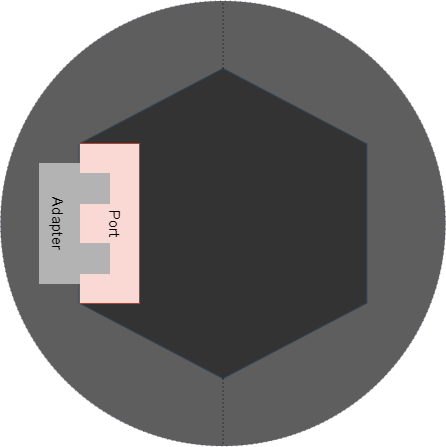
Before: pic/六边形架构.drawio.png, a diagram exported from draw.io (guxdong/imgrepo). Source tidied: cells renumbered, new cells last; positions are measured from the earlier drawing's top-left corner, leaving out a move shared by most shapes.
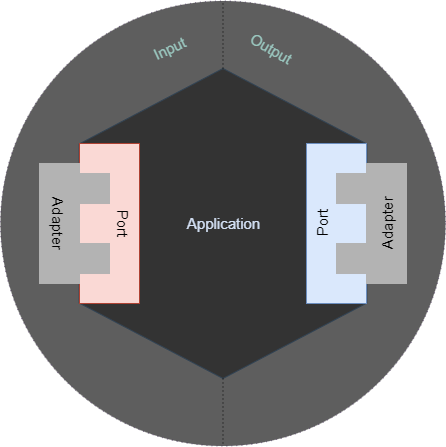
The same file after the commit.

Commit message:
更新六边形架构.drawio.png

Diff of the diagram source:
```diff
@@ -18,7 +18,7 @@
       <mxGeometry x="79" y="143" width="60" height="160" as="geometry" />
     </mxCell>
     <mxCell id="7" style="group;fillColor=none;glass=1;fontSize=15;" parent="1" vertex="1">
-      <mxGeometry x="39" y="163" width="70" height="120" as="geometry" />
+      <mxGeometry x="39" y="163" width="109" height="120" as="geometry" />
     </mxCell>
     <mxCell id="8" style="rounded=0;whiteSpace=wrap;html=1;fillColor=#B3B3B3;strokeColor=#B3B3B3;fontSize=15;" parent="7" vertex="1">
       <mxGeometry x="40" y="10" width="30" height="30" as="geometry" />
@@ -32,8 +32,41 @@
     <mxCell id="11" value="Adapter" style="text;html=1;align=center;verticalAlign=middle;strokeColor=none;fillColor=none;rotation=90;fontSize=15;" parent="7" vertex="1">
       <mxGeometry x="-21" y="45" width="80" height="30" as="geometry" />
     </mxCell>
-    <mxCell id="12" value="Port" style="text;html=1;align=center;verticalAlign=middle;strokeColor=none;fillColor=none;rotation=90;fontSize=15;" parent="1" vertex="1">
-      <mxGeometry x="90" y="208" width="50" height="30" as="geometry" />
+    <mxCell id="12" value="Port" style="text;html=1;align=center;verticalAlign=middle;strokeColor=none;fillColor=none;rotation=90;fontSize=15;" parent="7" vertex="1">
+      <mxGeometry x="59" y="45" width="50" height="30" as="geometry" />
     </mxCell>
+    <mxCell id="13" style="group;rotation=-180;" parent="1" vertex="1">
+      <mxGeometry x="306" y="143" width="100" height="160" as="geometry" />
+    </mxCell>
+    <mxCell id="14" style="rounded=0;whiteSpace=wrap;html=1;fillColor=#dae8fc;strokeColor=#6c8ebf;fontSize=15;direction=west;rotation=-180;" parent="13" vertex="1">
+      <mxGeometry width="60" height="160" as="geometry" />
+    </mxCell>
+    <mxCell id="15" style="group;fillColor=none;glass=1;fontSize=15;direction=west;rotation=-180;" parent="13" vertex="1">
+      <mxGeometry x="30" y="20" width="70" height="120" as="geometry" />
+    </mxCell>
+    <mxCell id="16" style="rounded=0;whiteSpace=wrap;html=1;fillColor=#B3B3B3;strokeColor=#B3B3B3;fontSize=15;direction=west;rotation=-180;" parent="15" vertex="1">
+      <mxGeometry y="80" width="30" height="30" as="geometry" />
+    </mxCell>
+    <mxCell id="17" style="rounded=0;whiteSpace=wrap;html=1;fillColor=#B3B3B3;strokeColor=#B3B3B3;fontSize=15;direction=west;rotation=-180;" parent="15" vertex="1">
+      <mxGeometry x="30" width="40" height="120" as="geometry" />
+    </mxCell>
+    <mxCell id="18" style="rounded=0;whiteSpace=wrap;html=1;fillColor=#B3B3B3;strokeColor=#B3B3B3;fontSize=15;direction=west;rotation=-180;" parent="15" vertex="1">
+      <mxGeometry y="10" width="30" height="30" as="geometry" />
+    </mxCell>
+    <mxCell id="19" value="Adapter" style="text;html=1;align=center;verticalAlign=middle;strokeColor=none;fillColor=none;rotation=-90;fontSize=15;" parent="15" vertex="1">
+      <mxGeometry x="11" y="45" width="80" height="30" as="geometry" />
+    </mxCell>
+    <mxCell id="20" value="Port" style="text;html=1;align=center;verticalAlign=middle;strokeColor=none;fillColor=none;rotation=-90;fontSize=15;" parent="13" vertex="1">
+      <mxGeometry x="-9" y="65" width="50" height="30" as="geometry" />
+    </mxCell>
+    <mxCell id="21" value="&lt;font color=&quot;#d4e1f5&quot; style=&quot;font-size: 15px;&quot;&gt;Application&lt;/font&gt;" style="text;html=1;align=center;verticalAlign=middle;strokeColor=none;fillColor=none;fontColor=#7EA6E0;" parent="1" vertex="1">
+      <mxGeometry x="172.5" y="208" width="100" height="30" as="geometry" />
+    </mxCell>
+    <mxCell id="22" value="Input" style="text;html=1;align=center;verticalAlign=middle;strokeColor=none;fillColor=none;fontColor=#9AC7BF;fontSize=15;rotation=-25;" parent="1" vertex="1">
+      <mxGeometry x="139" y="33" width="60" height="30" as="geometry" />
+    </mxCell>
+    <mxCell id="23" value="Output" style="text;html=1;align=center;verticalAlign=middle;strokeColor=none;fillColor=none;fontColor=#9AC7BF;fontSize=15;rotation=30;" parent="1" vertex="1">
+      <mxGeometry x="236" y="33" width="70" height="30" as="geometry" />
+    </mxCell>
   </root>
 </mxGraphModel>
```
